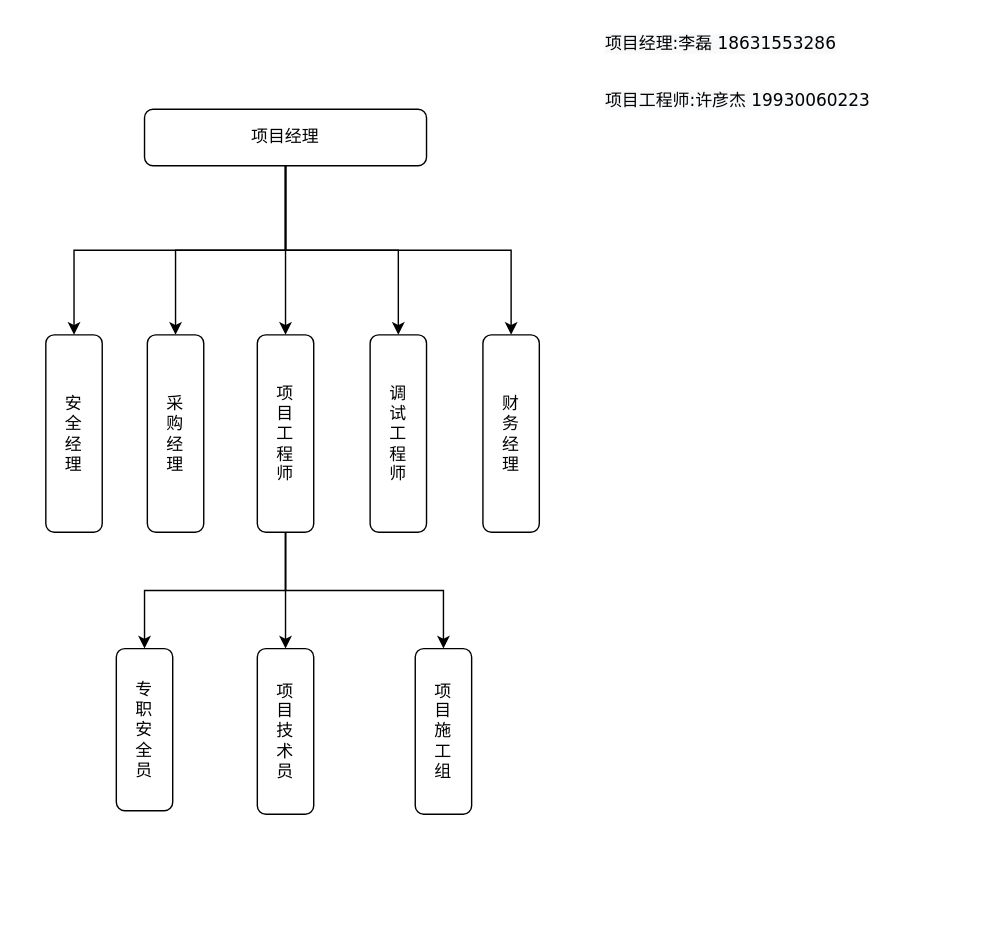
This is Untitled Diagram.drawio from xiansheng888/HelloWorld, a draw.io file, before an edit. Source tidied: cells renumbered, new cells numbered last; positions are measured from the earlier drawing's top-left corner, leaving out a move shared by most shapes. Both pictures are drawn from the tidied source at 141%, with x=0, y=0 at pixel (45, 24).
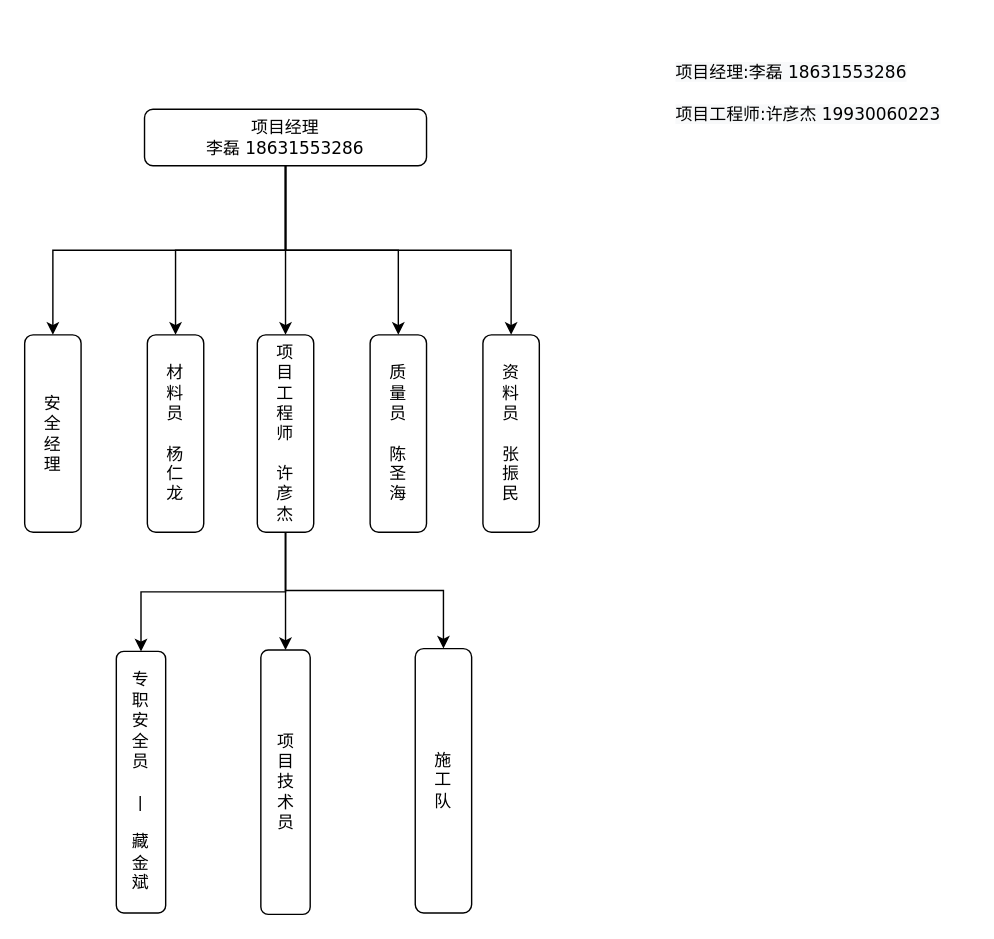
After the change.

Change to the diagram source:
```diff
@@
-    <mxCell id="7" value="项目经理" style="whiteSpace=wrap;html=1;rounded=1;shadow=0;comic=0;strokeWidth=1;fontFamily=Verdana;align=center;fontSize=12;fontStyle=0;" parent="1" vertex="1">
+    <mxCell id="7" value="项目经理&lt;br&gt;李磊 18631553286" style="whiteSpace=wrap;html=1;rounded=1;shadow=0;comic=0;strokeWidth=1;fontFamily=Verdana;align=center;fontSize=12;fontStyle=0;" parent="1" vertex="1">
       <mxGeometry x="70" y="60" width="200" height="40" as="geometry" />
     </mxCell>
     <mxCell id="8" value="安&lt;br&gt;全&lt;br&gt;经&lt;br&gt;理" style="rounded=1;whiteSpace=wrap;html=1;" parent="1" vertex="1">
-      <mxGeometry y="220" width="40" height="140" as="geometry" />
+      <mxGeometry x="-15" y="220" width="40" height="140" as="geometry" />
     </mxCell>
-    <mxCell id="9" value="采&lt;br&gt;购&lt;br&gt;经&lt;br&gt;理" style="rounded=1;whiteSpace=wrap;html=1;" parent="1" vertex="1">
+    <mxCell id="9" value="材&lt;br&gt;料&lt;br&gt;员&lt;br&gt;&amp;nbsp;&lt;br&gt;杨&lt;br&gt;仁&lt;br&gt;龙" style="rounded=1;whiteSpace=wrap;html=1;" parent="1" vertex="1">
       <mxGeometry x="72" y="220" width="40" height="140" as="geometry" />
     </mxCell>
@@
-    <mxCell id="13" value="项&lt;br&gt;目&lt;br&gt;工&lt;br&gt;程&lt;br&gt;师" style="rounded=1;whiteSpace=wrap;html=1;" parent="1" vertex="1">
+    <mxCell id="13" value="项&lt;br&gt;目&lt;br&gt;工&lt;br&gt;程&lt;br&gt;师&lt;br&gt;&lt;br&gt;许&lt;br&gt;彦&lt;br&gt;杰" style="rounded=1;whiteSpace=wrap;html=1;" parent="1" vertex="1">
       <mxGeometry x="150" y="220" width="40" height="140" as="geometry" />
     </mxCell>
-    <mxCell id="14" value="调&lt;br&gt;试&lt;br&gt;工&lt;br&gt;程&lt;br&gt;师" style="rounded=1;whiteSpace=wrap;html=1;" parent="1" vertex="1">
+    <mxCell id="14" value="质&lt;br&gt;量&lt;br&gt;员&lt;br&gt;&lt;br&gt;陈&lt;br&gt;圣&lt;br&gt;海" style="rounded=1;whiteSpace=wrap;html=1;" parent="1" vertex="1">
       <mxGeometry x="230" y="220" width="40" height="140" as="geometry" />
     </mxCell>
-    <mxCell id="15" value="项&lt;br&gt;目&lt;br&gt;施&lt;br&gt;工&lt;br&gt;组" style="whiteSpace=wrap;html=1;rounded=1;" parent="1" vertex="1">
-      <mxGeometry x="262" y="442.5" width="40" height="117.5" as="geometry" />
+    <mxCell id="15" value="施&lt;br&gt;工&lt;br&gt;队" style="whiteSpace=wrap;html=1;rounded=1;" parent="1" vertex="1">
+      <mxGeometry x="262" y="442.5" width="40" height="187.5" as="geometry" />
     </mxCell>
-    <mxCell id="16" value="专&lt;br&gt;职&lt;br&gt;安&lt;br&gt;全&lt;br&gt;员" style="rounded=1;whiteSpace=wrap;html=1;" parent="1" vertex="1">
-      <mxGeometry x="50" y="442.5" width="40" height="115" as="geometry" />
+    <mxCell id="16" value="专&lt;br&gt;职&lt;br&gt;安&lt;br&gt;全&lt;br&gt;员&lt;br&gt;&lt;br&gt;|&lt;br&gt;&lt;br&gt;藏&lt;br&gt;金&lt;br&gt;斌" style="rounded=1;whiteSpace=wrap;html=1;" parent="1" vertex="1">
+      <mxGeometry x="50" y="444.5" width="35" height="185.5" as="geometry" />
     </mxCell>
     <mxCell id="17" value="项&lt;br&gt;目&lt;br&gt;技&lt;br&gt;术&lt;br&gt;员" style="whiteSpace=wrap;html=1;rounded=1;" parent="1" vertex="1">
-      <mxGeometry x="150" y="442.5" width="40" height="117.5" as="geometry" />
+      <mxGeometry x="152.5" y="443.5" width="35" height="187.5" as="geometry" />
     </mxCell>
-    <mxCell id="18" value="财&lt;br&gt;务&lt;br&gt;经&lt;br&gt;理" style="rounded=1;whiteSpace=wrap;html=1;" parent="1" vertex="1">
+    <mxCell id="18" value="资&lt;br&gt;料&lt;br&gt;员&lt;br&gt;&lt;br&gt;张&lt;br&gt;振&lt;br&gt;民" style="rounded=1;whiteSpace=wrap;html=1;" parent="1" vertex="1">
       <mxGeometry x="310" y="220" width="40" height="140" as="geometry" />
     </mxCell>
     <mxCell id="19" value="&lt;span style=&quot;color: rgb(0 , 0 , 0) ; font-family: &amp;#34;verdana&amp;#34; ; font-size: 12px ; font-style: normal ; font-weight: 400 ; letter-spacing: normal ; text-align: center ; text-indent: 0px ; text-transform: none ; word-spacing: 0px ; background-color: rgb(248 , 249 , 250) ; display: inline ; float: none&quot;&gt;项目经理:李磊 18631553286&lt;/span&gt;" style="text;whiteSpace=wrap;html=1;" parent="1" vertex="1">
-      <mxGeometry x="395" width="190" height="30" as="geometry" />
+      <mxGeometry x="445" y="20" width="190" height="30" as="geometry" />
     </mxCell>
     <mxCell id="20" value="&lt;span style=&quot;color: rgb(0 , 0 , 0) ; font-family: &amp;#34;verdana&amp;#34; ; font-size: 12px ; font-style: normal ; font-weight: 400 ; letter-spacing: normal ; text-align: center ; text-indent: 0px ; text-transform: none ; word-spacing: 0px ; background-color: rgb(248 , 249 , 250) ; display: inline ; float: none&quot;&gt;项目工程师:许彦杰 19930060223&lt;/span&gt;" style="text;whiteSpace=wrap;html=1;" parent="1" vertex="1">
-      <mxGeometry x="395" y="40" width="210" height="30" as="geometry" />
+      <mxGeometry x="445" y="50" width="210" height="30" as="geometry" />
     </mxCell>
```
